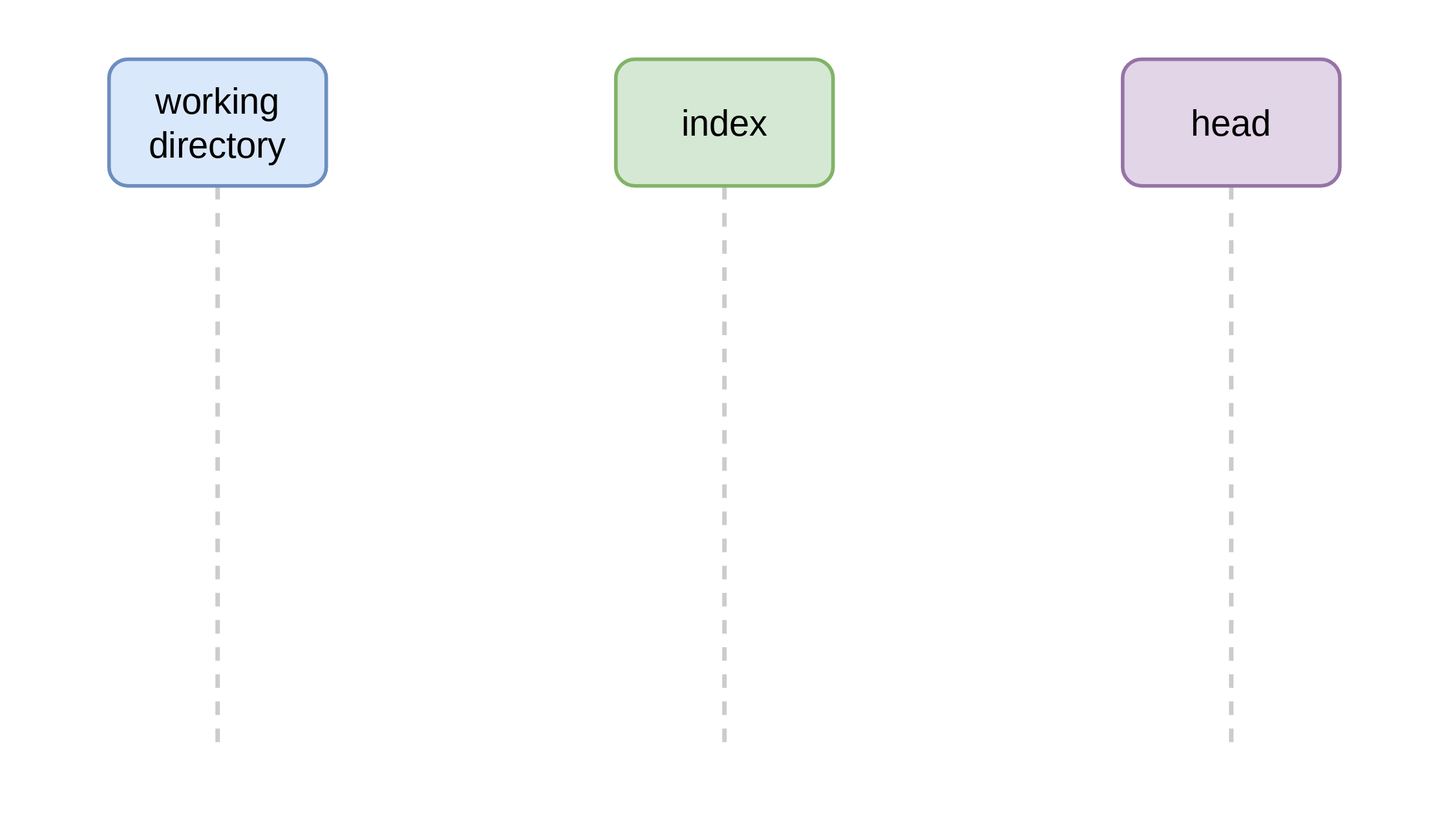
Before: public/git-three-trees-overview.svg, a diagram exported from draw.io (tvannoy/intro-to-git). Source tidied: cells renumbered, new cells last; positions are measured from the earlier drawing's top-left corner, leaving out a move shared by most shapes.
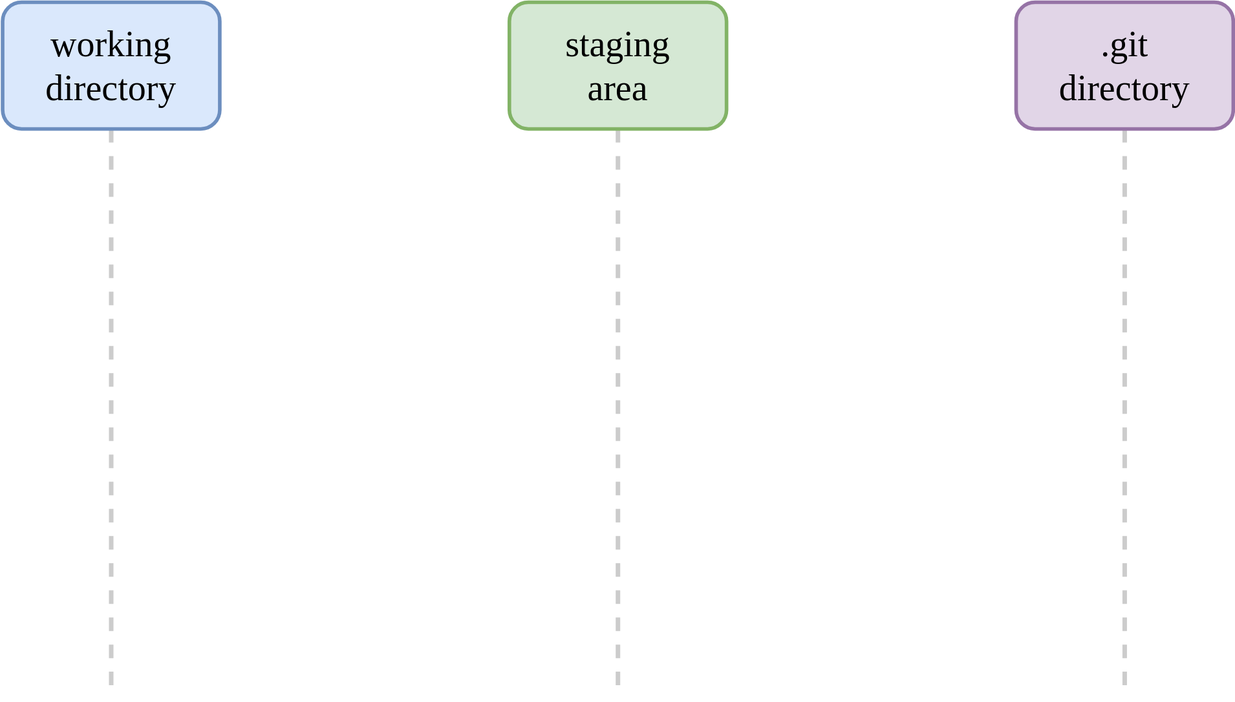
The same file after the commit.

Commit message:
update "three tree" names to be more clear

The edit, as a diff of the source:
```diff
@@ -2,28 +2,31 @@
   <root>
     <mxCell id="0" />
     <mxCell id="1" parent="0" />
+    <mxCell id="8" style="group;" parent="1" vertex="1">
+      <mxGeometry width="1360" height="770" as="geometry" />
+    </mxCell>
-    <mxCell id="2" style="edgeStyle=orthogonalEdgeStyle;rounded=0;jettySize=auto;html=1;exitX=0.5;exitY=1;exitDx=0;exitDy=0;labelBackgroundColor=none;strokeColor=#CCCCCC;strokeWidth=5;fontFamily=Source Sans Pro;fontSource=https%3A%2F%2Ffonts.googleapis.com%2Fcss%3Ffamily%3DSource%2BSans%2BPro;fontSize=40;startArrow=none;endArrow=none;endFill=0;fillColor=#999999;startFill=0;dashed=1;" parent="1" edge="1" source="3">
+    <mxCell id="2" style="edgeStyle=orthogonalEdgeStyle;rounded=0;jettySize=auto;html=1;exitX=0.5;exitY=1;exitDx=0;exitDy=0;labelBackgroundColor=none;strokeColor=#CCCCCC;strokeWidth=5;fontFamily=Source Sans Pro;fontSource=https%3A%2F%2Ffonts.googleapis.com%2Fcss%3Ffamily%3DSource%2BSans%2BPro;fontSize=40;startArrow=none;endArrow=none;endFill=0;fillColor=#999999;startFill=0;dashed=1;" parent="8" edge="1" source="3">
       <mxGeometry relative="1" as="geometry">
         <mxPoint x="120" y="760" as="targetPoint" />
       </mxGeometry>
     </mxCell>
-    <mxCell id="3" value="&lt;font face=&quot;Source Sans Pro&quot; style=&quot;font-size: 40px;&quot;&gt;working directory&lt;/font&gt;" style="rounded=1;whiteSpace=wrap;html=1;fillColor=#dae8fc;strokeColor=#6c8ebf;strokeWidth=4;fontSize=40;" parent="1" vertex="1">
+    <mxCell id="3" value="&lt;font face=&quot;Source Sans Pro&quot; style=&quot;font-size: 40px;&quot;&gt;working directory&lt;/font&gt;" style="rounded=1;whiteSpace=wrap;html=1;fillColor=#dae8fc;strokeColor=#6c8ebf;strokeWidth=4;fontSize=40;" parent="8" vertex="1">
       <mxGeometry width="240" height="140" as="geometry" />
     </mxCell>
-    <mxCell id="4" style="edgeStyle=orthogonalEdgeStyle;rounded=0;jettySize=auto;html=1;exitX=0.5;exitY=1;exitDx=0;exitDy=0;dashed=1;labelBackgroundColor=none;strokeColor=#CCCCCC;strokeWidth=5;fontFamily=Source Sans Pro;fontSource=https%3A%2F%2Ffonts.googleapis.com%2Fcss%3Ffamily%3DSource%2BSans%2BPro;fontSize=40;startArrow=none;startFill=0;endArrow=none;endFill=0;fillColor=#999999;" parent="1" edge="1" source="5">
+    <mxCell id="4" style="edgeStyle=orthogonalEdgeStyle;rounded=0;jettySize=auto;html=1;exitX=0.5;exitY=1;exitDx=0;exitDy=0;dashed=1;labelBackgroundColor=none;strokeColor=#CCCCCC;strokeWidth=5;fontFamily=Source Sans Pro;fontSource=https%3A%2F%2Ffonts.googleapis.com%2Fcss%3Ffamily%3DSource%2BSans%2BPro;fontSize=40;startArrow=none;startFill=0;endArrow=none;endFill=0;fillColor=#999999;" parent="8" edge="1" source="5">
       <mxGeometry relative="1" as="geometry">
         <mxPoint x="680" y="760" as="targetPoint" />
       </mxGeometry>
     </mxCell>
-    <mxCell id="5" value="&lt;font face=&quot;Source Sans Pro&quot; style=&quot;font-size: 40px;&quot;&gt;index&lt;/font&gt;" style="rounded=1;whiteSpace=wrap;html=1;fillColor=#d5e8d4;strokeColor=#82b366;strokeWidth=4;fontSize=40;" parent="1" vertex="1">
+    <mxCell id="5" value="&lt;font face=&quot;Source Sans Pro&quot; style=&quot;font-size: 40px;&quot;&gt;staging&lt;br&gt;area&lt;br&gt;&lt;/font&gt;" style="rounded=1;whiteSpace=wrap;html=1;fillColor=#d5e8d4;strokeColor=#82b366;strokeWidth=4;fontSize=40;" parent="8" vertex="1">
       <mxGeometry x="560" width="240" height="140" as="geometry" />
     </mxCell>
-    <mxCell id="6" style="edgeStyle=orthogonalEdgeStyle;rounded=0;jettySize=auto;html=1;exitX=0.5;exitY=1;exitDx=0;exitDy=0;dashed=1;labelBackgroundColor=none;strokeColor=#CCCCCC;strokeWidth=5;fontFamily=Source Sans Pro;fontSource=https%3A%2F%2Ffonts.googleapis.com%2Fcss%3Ffamily%3DSource%2BSans%2BPro;fontSize=40;startArrow=none;startFill=0;endArrow=none;endFill=0;fillColor=#999999;" parent="1" edge="1" source="7">
+    <mxCell id="6" style="edgeStyle=orthogonalEdgeStyle;rounded=0;jettySize=auto;html=1;exitX=0.5;exitY=1;exitDx=0;exitDy=0;dashed=1;labelBackgroundColor=none;strokeColor=#CCCCCC;strokeWidth=5;fontFamily=Source Sans Pro;fontSource=https%3A%2F%2Ffonts.googleapis.com%2Fcss%3Ffamily%3DSource%2BSans%2BPro;fontSize=40;startArrow=none;startFill=0;endArrow=none;endFill=0;fillColor=#999999;" parent="8" edge="1" source="7">
       <mxGeometry relative="1" as="geometry">
         <mxPoint x="1240" y="770" as="targetPoint" />
       </mxGeometry>
     </mxCell>
-    <mxCell id="7" value="&lt;font face=&quot;Source Sans Pro&quot; style=&quot;font-size: 40px;&quot;&gt;head&lt;/font&gt;" style="rounded=1;whiteSpace=wrap;html=1;fillColor=#e1d5e7;strokeColor=#9673a6;strokeWidth=4;fontSize=40;" parent="1" vertex="1">
+    <mxCell id="7" value="&lt;font face=&quot;Source Sans Pro&quot; style=&quot;font-size: 40px;&quot;&gt;.git&lt;br&gt;directory&lt;br&gt;&lt;/font&gt;" style="rounded=1;whiteSpace=wrap;html=1;fillColor=#e1d5e7;strokeColor=#9673a6;strokeWidth=4;fontSize=40;" parent="8" vertex="1">
       <mxGeometry x="1120" width="240" height="140" as="geometry" />
     </mxCell>
   </root>
```
